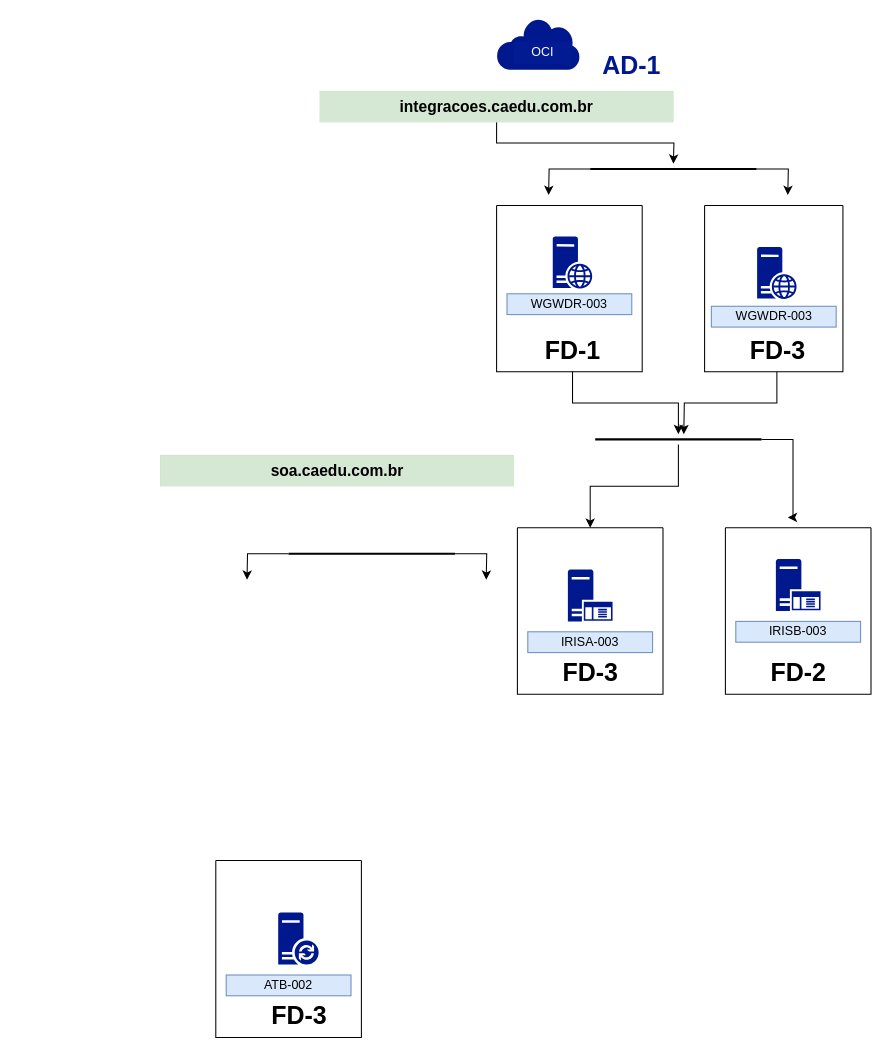
Earlier version of the draw.io diagram Diagrama sem nome.drawio (alexandre-vasconcelos/ubuntu). Source tidied: cells renumbered, new cells numbered last; positions are measured from the earlier drawing's top-left corner, leaving out a move shared by most shapes. Both pictures are drawn from the tidied source at 104%, with x=0, y=0 at pixel (159, 18).
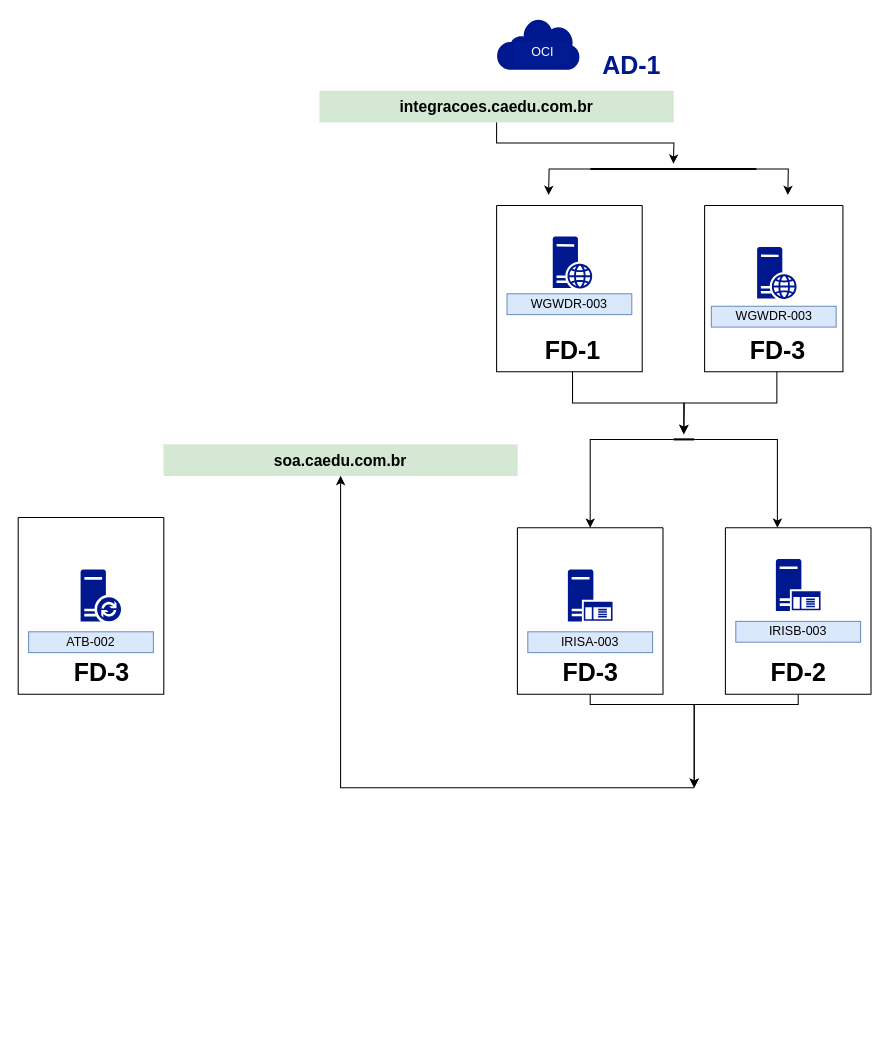
The same diagram, later.

The change refers to these unchanged cells:
```xml
<mxCell id="14" style="swimlane;startSize=0;" parent="1" vertex="1">
  <mxGeometry x="344" y="490" width="140" height="160" as="geometry" />
</mxCell>
<mxCell id="16" value="FD-3" style="text;strokeColor=none;fillColor=none;html=1;fontSize=24;fontStyle=1;verticalAlign=middle;align=center;" parent="14" vertex="1">
  <mxGeometry x="20" y="120" width="100" height="40" as="geometry" />
</mxCell>
<mxCell id="18" style="swimlane;startSize=0;" parent="1" vertex="1">
  <mxGeometry x="544" y="490" width="140" height="160" as="geometry" />
</mxCell>
<mxCell id="20" value="FD-2" style="text;strokeColor=none;fillColor=none;html=1;fontSize=24;fontStyle=1;verticalAlign=middle;align=center;" parent="18" vertex="1">
  <mxGeometry x="20" y="120" width="100" height="40" as="geometry" />
</mxCell>
```

Change to the diagram source:
```diff
@@
+    <mxCell id="39" style="edgeStyle=orthogonalEdgeStyle;rounded=0;jettySize=auto;html=1;" parent="14" edge="1" source="16">
+      <mxGeometry relative="1" as="geometry">
+        <mxPoint x="170" y="250" as="targetPoint" />
+        <Array as="points">
+          <mxPoint x="70" y="170" />
+          <mxPoint x="170" y="170" />
+        </Array>
+      </mxGeometry>
+    </mxCell>
@@
+    <mxCell id="40" style="edgeStyle=orthogonalEdgeStyle;rounded=0;jettySize=auto;html=1;" parent="18" edge="1" source="20">
+      <mxGeometry relative="1" as="geometry">
+        <mxPoint x="-30" y="250" as="targetPoint" />
+        <Array as="points">
+          <mxPoint x="70" y="170" />
+          <mxPoint x="-30" y="170" />
+        </Array>
+      </mxGeometry>
+    </mxCell>
@@
     <mxCell id="22" style="swimlane;startSize=0;fillColor=default;" parent="1" vertex="1">
-      <mxGeometry x="54" y="810" width="140" height="170" as="geometry" />
+      <mxGeometry x="-136" y="480" width="140" height="170" as="geometry" />
     </mxCell>
@@
-    <mxCell id="31" style="edgeStyle=orthogonalEdgeStyle;rounded=0;jettySize=auto;html=1;" parent="1" edge="1" source="33">
+    <mxCell id="31" style="edgeStyle=orthogonalEdgeStyle;rounded=0;jettySize=auto;html=1;" parent="1" edge="1" source="33" target="18">
       <mxGeometry relative="1" as="geometry">
-        <mxPoint x="604" y="480" as="targetPoint" />
         <Array as="points">
-          <mxPoint x="609" y="405" />
+          <mxPoint x="594" y="405" />
         </Array>
       </mxGeometry>
     </mxCell>
@@
     <mxCell id="33" style="line;strokeWidth=2;html=1;" parent="1" vertex="1">
-      <mxGeometry x="418.8" y="400" width="160" height="10" as="geometry" />
+      <mxGeometry x="494" y="400" width="20" height="10" as="geometry" />
     </mxCell>
@@
     <mxCell id="35" value="&lt;h1 style=&quot;font-size: 15px;&quot;&gt;soa.caedu.com.br&lt;/h1&gt;" style="text;html=1;align=center;verticalAlign=middle;whiteSpace=wrap;rounded=0;strokeWidth=0;fontSize=15;fillColor=#d5e8d4;strokeColor=#82b366;" parent="1" vertex="1">
-      <mxGeometry x="0.5" y="420" width="340" height="30" as="geometry" />
+      <mxGeometry x="4" y="410" width="340" height="30" as="geometry" />
     </mxCell>
-    <mxCell id="36" style="edgeStyle=orthogonalEdgeStyle;rounded=0;jettySize=auto;html=1;" parent="1" edge="1" source="37">
-      <mxGeometry relative="1" as="geometry">
-        <mxPoint x="314" y="540" as="targetPoint" />
-      </mxGeometry>
-    </mxCell>
-    <mxCell id="37" style="line;strokeWidth=2;html=1;" parent="1" vertex="1">
-      <mxGeometry x="124" y="510" width="160" height="10" as="geometry" />
-    </mxCell>
-    <mxCell id="38" style="edgeStyle=orthogonalEdgeStyle;rounded=0;jettySize=auto;html=1;" parent="1" edge="1" source="37">
-      <mxGeometry relative="1" as="geometry">
-        <mxPoint x="84" y="540" as="targetPoint" />
-      </mxGeometry>
-    </mxCell>
+    <mxCell id="41" style="edgeStyle=orthogonalEdgeStyle;rounded=0;jettySize=auto;html=1;" parent="1" edge="1" target="35">
+      <mxGeometry relative="1" as="geometry">
+        <mxPoint x="514" y="740" as="sourcePoint" />
+        <Array as="points">
+          <mxPoint x="274" y="740" />
+          <mxPoint x="174" y="740" />
+        </Array>
+      </mxGeometry>
+    </mxCell>
```
